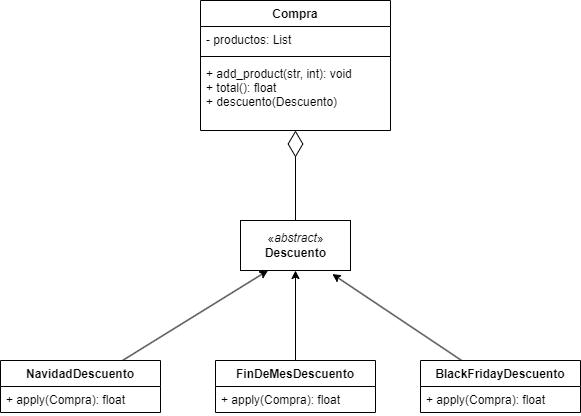
Before: UML/P1_Open-Closed.png, a diagram exported from draw.io (mgonzalz/doo_patrones-software). Source tidied: cells renumbered, new cells last; positions are measured from the earlier drawing's top-left corner, leaving out a move shared by most shapes. The source it was exported from:
```xml
<mxGraphModel>
  <root>
    <mxCell id="0" />
    <mxCell id="1" parent="0" />
    <mxCell id="2" value="Compra" style="swimlane;fontStyle=1;align=center;verticalAlign=top;horizontal=1;startSize=26;" parent="1" vertex="1">
      <mxGeometry x="200" width="190" height="130" as="geometry" />
    </mxCell>
    <mxCell id="3" value="- productos: List" style="text;strokeColor=none;fillColor=none;align=left;verticalAlign=top;spacingLeft=4;spacingRight=4;overflow=hidden;" parent="2" vertex="1">
      <mxGeometry y="26" width="190" height="26" as="geometry" />
    </mxCell>
    <mxCell id="4" style="line;strokeWidth=1;fillColor=none;align=left;verticalAlign=middle;spacingTop=-1;spacingLeft=3;spacingRight=3;labelPosition=right;strokeColor=inherit;" parent="2" vertex="1">
      <mxGeometry y="52" width="190" height="8" as="geometry" />
    </mxCell>
    <mxCell id="5" value="+ add_product(str, int): void&#10;+ total(): float&#10;+ descuento(Descuento)&#10;" style="text;strokeColor=none;fillColor=none;align=left;verticalAlign=top;spacingLeft=4;spacingRight=4;overflow=hidden;" parent="2" vertex="1">
      <mxGeometry y="60" width="190" height="70" as="geometry" />
    </mxCell>
    <mxCell id="6" style="endArrow=diamondThin;endFill=0;endSize=24;html=1;exitX=0.5;exitY=0;exitDx=0;exitDy=0;" parent="1" edge="1" source="7">
      <mxGeometry relative="1" as="geometry">
        <mxPoint x="295" y="130" as="targetPoint" />
      </mxGeometry>
    </mxCell>
    <mxCell id="7" value="«&lt;i&gt;abstract&lt;/i&gt;»&lt;br&gt;&lt;b&gt;Descuento&lt;/b&gt;" style="html=1;" parent="1" vertex="1">
      <mxGeometry x="240" y="220" width="110" height="50" as="geometry" />
    </mxCell>
    <mxCell id="8" style="edgeStyle=none;html=1;entryX=0.25;entryY=1;entryDx=0;entryDy=0;" parent="1" edge="1" source="9" target="7">
      <mxGeometry relative="1" as="geometry" />
    </mxCell>
    <mxCell id="9" value="NavidadDescuento" style="swimlane;fontStyle=1;align=center;verticalAlign=top;horizontal=1;startSize=26;" parent="1" vertex="1">
      <mxGeometry y="360" width="160" height="52" as="geometry" />
    </mxCell>
    <mxCell id="10" value="+ apply(Compra): float " style="text;strokeColor=none;fillColor=none;align=left;verticalAlign=top;spacingLeft=4;spacingRight=4;overflow=hidden;" parent="9" vertex="1">
      <mxGeometry y="26" width="160" height="26" as="geometry" />
    </mxCell>
    <mxCell id="11" style="edgeStyle=none;html=1;entryX=0.5;entryY=1;entryDx=0;entryDy=0;" parent="1" edge="1" source="12" target="7">
      <mxGeometry relative="1" as="geometry" />
    </mxCell>
    <mxCell id="12" value="FinDeMesDescuento" style="swimlane;fontStyle=1;align=center;verticalAlign=top;horizontal=1;startSize=26;" parent="1" vertex="1">
      <mxGeometry x="215" y="360" width="160" height="52" as="geometry" />
    </mxCell>
    <mxCell id="13" value="+ apply(Compra): float " style="text;strokeColor=none;fillColor=none;align=left;verticalAlign=top;spacingLeft=4;spacingRight=4;overflow=hidden;" parent="12" vertex="1">
      <mxGeometry y="26" width="160" height="26" as="geometry" />
    </mxCell>
    <mxCell id="14" style="edgeStyle=none;html=1;entryX=0.835;entryY=1.071;entryDx=0;entryDy=0;entryPerimeter=0;" parent="1" edge="1" source="15" target="7">
      <mxGeometry relative="1" as="geometry" />
    </mxCell>
    <mxCell id="15" value="BlackFridayDescuento" style="swimlane;fontStyle=1;align=center;verticalAlign=top;horizontal=1;startSize=26;" parent="1" vertex="1">
      <mxGeometry x="420" y="360" width="160" height="52" as="geometry" />
    </mxCell>
    <mxCell id="16" value="+ apply(Compra): float " style="text;strokeColor=none;fillColor=none;align=left;verticalAlign=top;spacingLeft=4;spacingRight=4;overflow=hidden;" parent="15" vertex="1">
      <mxGeometry y="26" width="160" height="26" as="geometry" />
    </mxCell>
  </root>
</mxGraphModel>
```
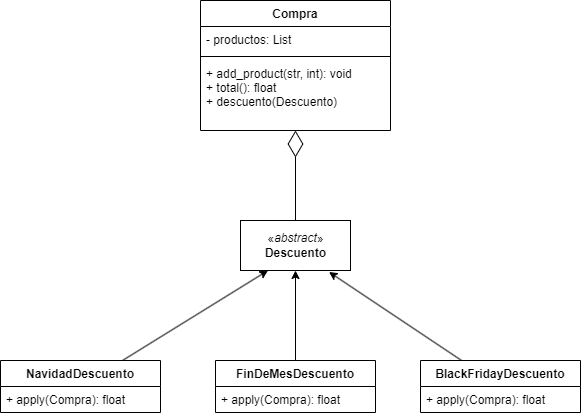
Above is the later version.

What changed in the source:
```diff
@@ -40,7 +40,7 @@
     <mxCell id="13" value="+ apply(Compra): float " style="text;strokeColor=none;fillColor=none;align=left;verticalAlign=top;spacingLeft=4;spacingRight=4;overflow=hidden;" parent="12" vertex="1">
       <mxGeometry y="26" width="160" height="26" as="geometry" />
     </mxCell>
-    <mxCell id="14" style="edgeStyle=none;html=1;entryX=0.835;entryY=1.071;entryDx=0;entryDy=0;entryPerimeter=0;" parent="1" edge="1" source="15" target="7">
+    <mxCell id="14" style="edgeStyle=none;html=1;entryX=0.805;entryY=1.03;entryDx=0;entryDy=0;entryPerimeter=0;" parent="1" edge="1" source="15" target="7">
       <mxGeometry relative="1" as="geometry" />
     </mxCell>
     <mxCell id="15" value="BlackFridayDescuento" style="swimlane;fontStyle=1;align=center;verticalAlign=top;horizontal=1;startSize=26;" parent="1" vertex="1">
```
